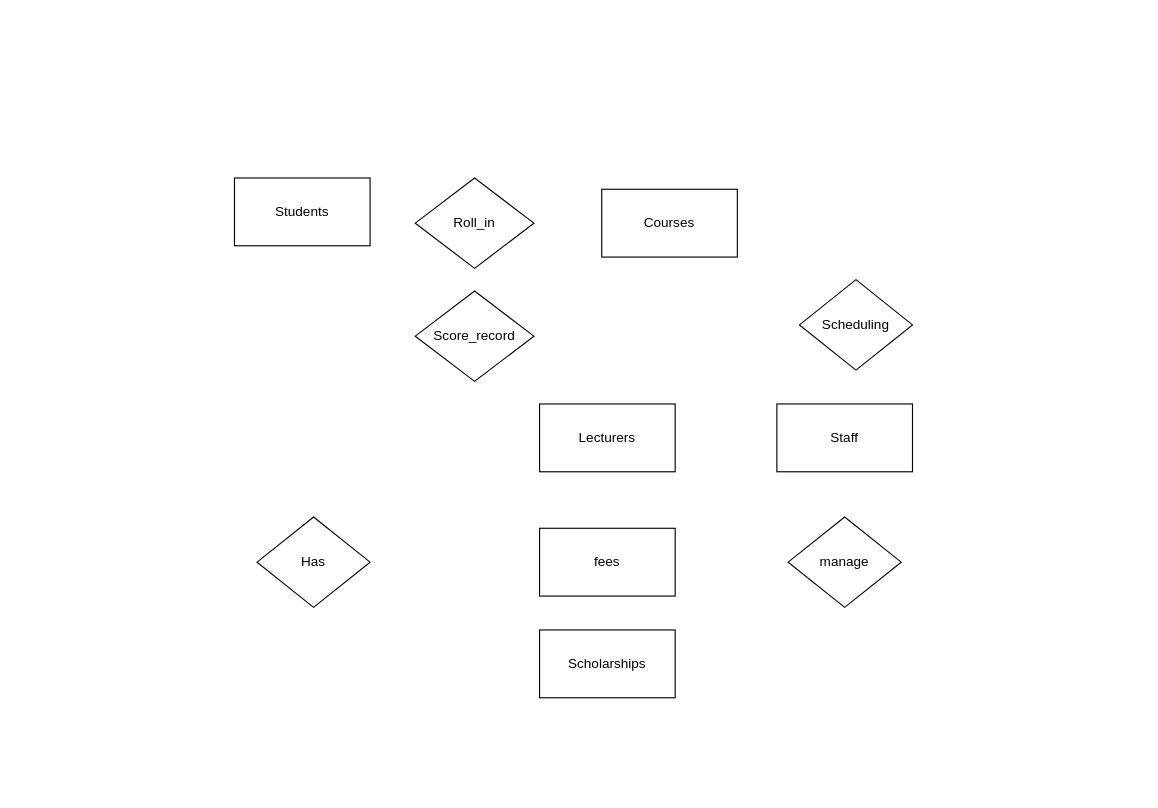
Before: src/EDR.drawio in larycoder/Database_Project-students_mangement, a draw.io diagram. Source tidied: cells renumbered, new cells numbered last; positions are measured from the earlier drawing's top-left corner, leaving out a move shared by most shapes. Both pictures are drawn from the tidied source at 113%, with x=0, y=0 at pixel (234, 177).
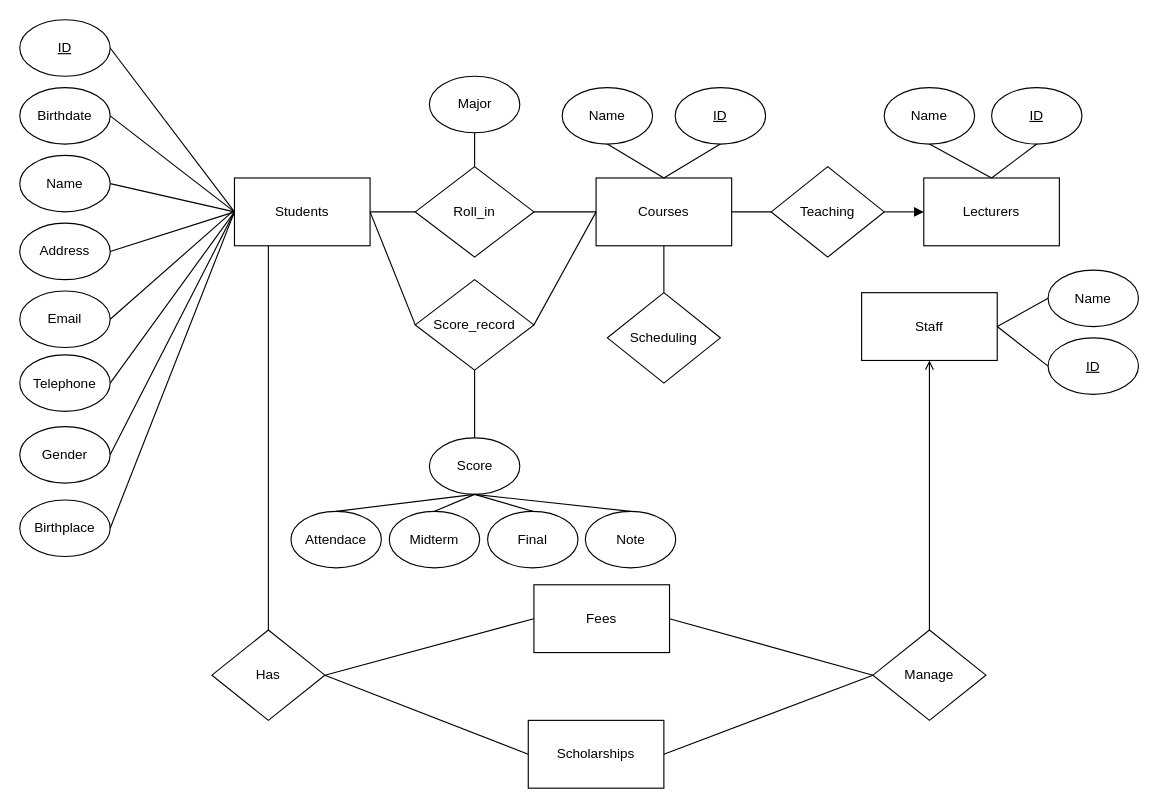
After the change.

Commit message (it also covers changes not shown here):
add relation for ERD

Unchanged cells that the change refers to:
```xml
<mxCell id="2" value="Students" style="rounded=0;whiteSpace=wrap;html=1;" parent="1" vertex="1">
  <mxGeometry width="120" height="60" as="geometry" />
</mxCell>
```

Diff of the diagram source:
```diff
@@
     <mxCell id="3" value="Courses" style="rounded=0;whiteSpace=wrap;html=1;" parent="1" vertex="1">
-      <mxGeometry x="325" y="10" width="120" height="60" as="geometry" />
+      <mxGeometry x="320" width="120" height="60" as="geometry" />
     </mxCell>
     <mxCell id="4" value="Score_record" style="rhombus;whiteSpace=wrap;html=1;" parent="1" vertex="1">
-      <mxGeometry x="160" y="100" width="105" height="80" as="geometry" />
+      <mxGeometry x="160" y="90" width="105" height="80" as="geometry" />
     </mxCell>
     <mxCell id="5" value="Roll_in" style="rhombus;whiteSpace=wrap;html=1;" parent="1" vertex="1">
-      <mxGeometry x="160" width="105" height="80" as="geometry" />
+      <mxGeometry x="160" y="-10" width="105" height="80" as="geometry" />
     </mxCell>
     <mxCell id="6" value="Lecturers" style="rounded=0;whiteSpace=wrap;html=1;" parent="1" vertex="1">
-      <mxGeometry x="270" y="200" width="120" height="60" as="geometry" />
+      <mxGeometry x="610" width="120" height="60" as="geometry" />
     </mxCell>
     <mxCell id="7" value="Staff" style="rounded=0;whiteSpace=wrap;html=1;" parent="1" vertex="1">
-      <mxGeometry x="480" y="200" width="120" height="60" as="geometry" />
+      <mxGeometry x="555" y="101.5" width="120" height="60" as="geometry" />
     </mxCell>
     <mxCell id="8" value="Scheduling" style="rhombus;whiteSpace=wrap;html=1;" parent="1" vertex="1">
-      <mxGeometry x="500" y="90" width="100" height="80" as="geometry" />
+      <mxGeometry x="330" y="101.5" width="100" height="80" as="geometry" />
     </mxCell>
-    <mxCell id="9" value="fees" style="rounded=0;whiteSpace=wrap;html=1;" parent="1" vertex="1">
-      <mxGeometry x="270" y="310" width="120" height="60" as="geometry" />
+    <mxCell id="9" value="Fees" style="rounded=0;whiteSpace=wrap;html=1;" parent="1" vertex="1">
+      <mxGeometry x="265" y="360" width="120" height="60" as="geometry" />
     </mxCell>
     <mxCell id="10" value="Has" style="rhombus;whiteSpace=wrap;html=1;" parent="1" vertex="1">
-      <mxGeometry x="20" y="300" width="100" height="80" as="geometry" />
+      <mxGeometry x="-20" y="400" width="100" height="80" as="geometry" />
     </mxCell>
-    <mxCell id="11" value="manage" style="rhombus;whiteSpace=wrap;html=1;" parent="1" vertex="1">
-      <mxGeometry x="490" y="300" width="100" height="80" as="geometry" />
+    <mxCell id="11" value="Manage" style="rhombus;whiteSpace=wrap;html=1;" parent="1" vertex="1">
+      <mxGeometry x="565" y="400" width="100" height="80" as="geometry" />
     </mxCell>
     <mxCell id="12" value="&lt;div&gt;Scholarships&lt;/div&gt;" style="rounded=0;whiteSpace=wrap;html=1;" parent="1" vertex="1">
-      <mxGeometry x="270" y="400" width="120" height="60" as="geometry" />
+      <mxGeometry x="260" y="480" width="120" height="60" as="geometry" />
     </mxCell>
+    <mxCell id="13" value="&lt;u&gt;ID&lt;/u&gt;" style="ellipse;whiteSpace=wrap;html=1;gradientColor=none;" parent="1" vertex="1">
+      <mxGeometry x="-190" y="-140" width="80" height="50" as="geometry" />
+    </mxCell>
+    <mxCell id="14" value="Name" style="ellipse;whiteSpace=wrap;html=1;gradientColor=none;" parent="1" vertex="1">
+      <mxGeometry x="-190" y="-20" width="80" height="50" as="geometry" />
+    </mxCell>
+    <mxCell id="15" value="Birthdate" style="ellipse;whiteSpace=wrap;html=1;gradientColor=none;" parent="1" vertex="1">
+      <mxGeometry x="-190" y="-80" width="80" height="50" as="geometry" />
+    </mxCell>
+    <mxCell id="16" value="Gender" style="ellipse;whiteSpace=wrap;html=1;gradientColor=none;" parent="1" vertex="1">
+      <mxGeometry x="-190" y="220" width="80" height="50" as="geometry" />
+    </mxCell>
+    <mxCell id="17" value="Birthplace" style="ellipse;whiteSpace=wrap;html=1;gradientColor=none;" parent="1" vertex="1">
+      <mxGeometry x="-190" y="285" width="80" height="50" as="geometry" />
+    </mxCell>
+    <mxCell id="18" value="Address" style="ellipse;whiteSpace=wrap;html=1;gradientColor=none;" parent="1" vertex="1">
+      <mxGeometry x="-190" y="40" width="80" height="50" as="geometry" />
+    </mxCell>
+    <mxCell id="19" value="Telephone" style="ellipse;whiteSpace=wrap;html=1;gradientColor=none;" parent="1" vertex="1">
+      <mxGeometry x="-190" y="156.5" width="80" height="50" as="geometry" />
+    </mxCell>
+    <mxCell id="20" value="&lt;div&gt;Email&lt;/div&gt;" style="ellipse;whiteSpace=wrap;html=1;gradientColor=none;" parent="1" vertex="1">
+      <mxGeometry x="-190" y="100" width="80" height="50" as="geometry" />
+    </mxCell>
+    <mxCell id="21" style="endArrow=none;html=1;exitX=1;exitY=0.5;exitDx=0;exitDy=0;entryX=0;entryY=0.5;entryDx=0;entryDy=0;" parent="1" edge="1" source="13" target="2">
+      <mxGeometry relative="1" as="geometry" />
+    </mxCell>
+    <mxCell id="22" style="endArrow=none;html=1;exitX=1;exitY=0.5;exitDx=0;exitDy=0;" parent="1" edge="1" source="15">
+      <mxGeometry relative="1" as="geometry">
+        <mxPoint y="30" as="targetPoint" />
+      </mxGeometry>
+    </mxCell>
+    <mxCell id="23" style="endArrow=none;html=1;exitX=1;exitY=0.5;exitDx=0;exitDy=0;" parent="1" edge="1" source="14">
+      <mxGeometry relative="1" as="geometry">
+        <mxPoint y="30" as="targetPoint" />
+      </mxGeometry>
+    </mxCell>
+    <mxCell id="24" style="endArrow=none;html=1;exitX=1;exitY=0.5;exitDx=0;exitDy=0;" parent="1" edge="1" source="18">
+      <mxGeometry relative="1" as="geometry">
+        <mxPoint y="30" as="targetPoint" />
+      </mxGeometry>
+    </mxCell>
+    <mxCell id="25" style="endArrow=none;html=1;exitX=1;exitY=0.5;exitDx=0;exitDy=0;" parent="1" edge="1" source="20">
+      <mxGeometry relative="1" as="geometry">
+        <mxPoint x="-2" y="30" as="targetPoint" />
+      </mxGeometry>
+    </mxCell>
+    <mxCell id="26" style="endArrow=none;html=1;exitX=1;exitY=0.5;exitDx=0;exitDy=0;entryX=0;entryY=0.5;entryDx=0;entryDy=0;" parent="1" edge="1" source="19" target="2">
+      <mxGeometry relative="1" as="geometry" />
+    </mxCell>
+    <mxCell id="27" style="endArrow=none;html=1;exitX=1;exitY=0.5;exitDx=0;exitDy=0;entryX=0;entryY=0.5;entryDx=0;entryDy=0;" parent="1" edge="1" source="16" target="2">
+      <mxGeometry relative="1" as="geometry" />
+    </mxCell>
+    <mxCell id="28" style="endArrow=none;html=1;exitX=1;exitY=0.5;exitDx=0;exitDy=0;entryX=0;entryY=0.5;entryDx=0;entryDy=0;" parent="1" edge="1" source="17" target="2">
+      <mxGeometry relative="1" as="geometry" />
+    </mxCell>
+    <mxCell id="29" style="endArrow=none;html=1;exitX=1;exitY=0.5;exitDx=0;exitDy=0;entryX=0;entryY=0.5;entryDx=0;entryDy=0;" parent="1" edge="1" source="2" target="5">
+      <mxGeometry relative="1" as="geometry" />
+    </mxCell>
+    <mxCell id="30" style="endArrow=none;html=1;entryX=0;entryY=0.5;entryDx=0;entryDy=0;exitX=1;exitY=0.5;exitDx=0;exitDy=0;" parent="1" edge="1" source="5" target="3">
+      <mxGeometry relative="1" as="geometry" />
+    </mxCell>
+    <mxCell id="31" value="Score" style="ellipse;whiteSpace=wrap;html=1;gradientColor=none;" parent="1" vertex="1">
+      <mxGeometry x="172.5" y="230" width="80" height="50" as="geometry" />
+    </mxCell>
+    <mxCell id="32" style="endArrow=none;html=1;entryX=0.5;entryY=0;entryDx=0;entryDy=0;exitX=0.5;exitY=1;exitDx=0;exitDy=0;" parent="1" edge="1" source="4" target="31">
+      <mxGeometry relative="1" as="geometry" />
+    </mxCell>
+    <mxCell id="33" style="endArrow=none;html=1;entryX=1;entryY=0.5;entryDx=0;entryDy=0;exitX=0;exitY=0.5;exitDx=0;exitDy=0;" parent="1" edge="1" source="3" target="4">
+      <mxGeometry relative="1" as="geometry" />
+    </mxCell>
+    <mxCell id="34" style="endArrow=none;html=1;entryX=1;entryY=0.5;entryDx=0;entryDy=0;exitX=0;exitY=0.5;exitDx=0;exitDy=0;" parent="1" edge="1" source="4" target="2">
+      <mxGeometry relative="1" as="geometry" />
+    </mxCell>
+    <mxCell id="35" value="Name" style="ellipse;whiteSpace=wrap;html=1;gradientColor=none;" parent="1" vertex="1">
+      <mxGeometry x="290" y="-80" width="80" height="50" as="geometry" />
+    </mxCell>
+    <mxCell id="36" value="&lt;u&gt;ID&lt;/u&gt;" style="ellipse;whiteSpace=wrap;html=1;gradientColor=none;" parent="1" vertex="1">
+      <mxGeometry x="390" y="-80" width="80" height="50" as="geometry" />
+    </mxCell>
+    <mxCell id="37" value="Major" style="ellipse;whiteSpace=wrap;html=1;gradientColor=none;" parent="1" vertex="1">
+      <mxGeometry x="172.5" y="-90" width="80" height="50" as="geometry" />
+    </mxCell>
+    <mxCell id="38" style="endArrow=none;html=1;entryX=0.5;entryY=0;entryDx=0;entryDy=0;exitX=0.5;exitY=1;exitDx=0;exitDy=0;" parent="1" edge="1" source="37" target="5">
+      <mxGeometry relative="1" as="geometry" />
+    </mxCell>
+    <mxCell id="39" value="Attendace" style="ellipse;whiteSpace=wrap;html=1;gradientColor=none;" parent="1" vertex="1">
+      <mxGeometry x="50" y="295" width="80" height="50" as="geometry" />
+    </mxCell>
+    <mxCell id="40" value="Midterm" style="ellipse;whiteSpace=wrap;html=1;gradientColor=none;" parent="1" vertex="1">
+      <mxGeometry x="137" y="295" width="80" height="50" as="geometry" />
+    </mxCell>
+    <mxCell id="41" value="Final" style="ellipse;whiteSpace=wrap;html=1;gradientColor=none;" parent="1" vertex="1">
+      <mxGeometry x="224" y="295" width="80" height="50" as="geometry" />
+    </mxCell>
+    <mxCell id="42" value="Note" style="ellipse;whiteSpace=wrap;html=1;gradientColor=none;" parent="1" vertex="1">
+      <mxGeometry x="310.5" y="295" width="80" height="50" as="geometry" />
+    </mxCell>
+    <mxCell id="43" style="endArrow=none;html=1;entryX=0.5;entryY=1;entryDx=0;entryDy=0;exitX=0.5;exitY=0;exitDx=0;exitDy=0;" parent="1" edge="1" source="39" target="31">
+      <mxGeometry relative="1" as="geometry" />
+    </mxCell>
+    <mxCell id="44" style="endArrow=none;html=1;entryX=0.5;entryY=1;entryDx=0;entryDy=0;exitX=0.5;exitY=0;exitDx=0;exitDy=0;" parent="1" edge="1" source="40" target="31">
+      <mxGeometry relative="1" as="geometry" />
+    </mxCell>
+    <mxCell id="45" style="endArrow=none;html=1;exitX=0.5;exitY=0;exitDx=0;exitDy=0;entryX=0.5;entryY=1;entryDx=0;entryDy=0;" parent="1" edge="1" source="41" target="31">
+      <mxGeometry relative="1" as="geometry" />
+    </mxCell>
+    <mxCell id="46" style="endArrow=none;html=1;entryX=0.5;entryY=1;entryDx=0;entryDy=0;exitX=0.5;exitY=0;exitDx=0;exitDy=0;" parent="1" edge="1" source="42" target="31">
+      <mxGeometry relative="1" as="geometry" />
+    </mxCell>
+    <mxCell id="47" style="endArrow=none;html=1;entryX=0.5;entryY=0;entryDx=0;entryDy=0;exitX=0.5;exitY=1;exitDx=0;exitDy=0;" parent="1" edge="1" source="35" target="3">
+      <mxGeometry relative="1" as="geometry" />
+    </mxCell>
+    <mxCell id="48" style="endArrow=none;html=1;entryX=0.5;entryY=0;entryDx=0;entryDy=0;exitX=0.5;exitY=1;exitDx=0;exitDy=0;" parent="1" edge="1" source="36" target="3">
+      <mxGeometry relative="1" as="geometry" />
+    </mxCell>
+    <mxCell id="49" style="endArrow=none;html=1;entryX=0.25;entryY=1;entryDx=0;entryDy=0;exitX=0.5;exitY=0;exitDx=0;exitDy=0;startArrow=none;startFill=0;endFill=0;" parent="1" edge="1" source="10" target="2">
+      <mxGeometry relative="1" as="geometry" />
+    </mxCell>
+    <mxCell id="50" style="endArrow=none;html=1;entryX=0;entryY=0.5;entryDx=0;entryDy=0;exitX=1;exitY=0.5;exitDx=0;exitDy=0;" parent="1" edge="1" source="10" target="12">
+      <mxGeometry relative="1" as="geometry" />
+    </mxCell>
+    <mxCell id="51" style="endArrow=none;html=1;entryX=1;entryY=0.5;entryDx=0;entryDy=0;exitX=0;exitY=0.5;exitDx=0;exitDy=0;" parent="1" edge="1" source="9" target="10">
+      <mxGeometry relative="1" as="geometry" />
+    </mxCell>
+    <mxCell id="52" value="Teaching" style="rhombus;whiteSpace=wrap;html=1;" parent="1" vertex="1">
+      <mxGeometry x="475" y="-10" width="100" height="80" as="geometry" />
+    </mxCell>
+    <mxCell id="53" style="endArrow=none;html=1;entryX=0;entryY=0.5;entryDx=0;entryDy=0;exitX=1;exitY=0.5;exitDx=0;exitDy=0;startArrow=none;startFill=0;" parent="1" edge="1" source="3" target="52">
+      <mxGeometry relative="1" as="geometry" />
+    </mxCell>
+    <mxCell id="54" style="endArrow=block;html=1;entryX=0;entryY=0.5;entryDx=0;entryDy=0;exitX=1;exitY=0.5;exitDx=0;exitDy=0;endFill=1;" parent="1" edge="1" source="52" target="6">
+      <mxGeometry relative="1" as="geometry" />
+    </mxCell>
+    <mxCell id="55" value="Name" style="ellipse;whiteSpace=wrap;html=1;gradientColor=none;" parent="1" vertex="1">
+      <mxGeometry x="575" y="-80" width="80" height="50" as="geometry" />
+    </mxCell>
+    <mxCell id="56" value="&lt;u&gt;ID&lt;/u&gt;" style="ellipse;whiteSpace=wrap;html=1;gradientColor=none;" parent="1" vertex="1">
+      <mxGeometry x="670" y="-80" width="80" height="50" as="geometry" />
+    </mxCell>
+    <mxCell id="57" style="endArrow=none;html=1;entryX=0.5;entryY=0;entryDx=0;entryDy=0;exitX=0.5;exitY=1;exitDx=0;exitDy=0;" parent="1" edge="1" source="56" target="6">
+      <mxGeometry relative="1" as="geometry" />
+    </mxCell>
+    <mxCell id="58" style="endArrow=none;html=1;entryX=0.5;entryY=0;entryDx=0;entryDy=0;exitX=0.5;exitY=1;exitDx=0;exitDy=0;" parent="1" edge="1" source="55" target="6">
+      <mxGeometry relative="1" as="geometry" />
+    </mxCell>
+    <mxCell id="59" style="endArrow=open;html=1;entryX=0.5;entryY=1;entryDx=0;entryDy=0;exitX=0.5;exitY=0;exitDx=0;exitDy=0;endFill=0;" parent="1" edge="1" source="11" target="7">
+      <mxGeometry relative="1" as="geometry" />
+    </mxCell>
+    <mxCell id="60" style="endArrow=none;html=1;entryX=1;entryY=0.5;entryDx=0;entryDy=0;exitX=0;exitY=0.5;exitDx=0;exitDy=0;" parent="1" edge="1" source="11" target="9">
+      <mxGeometry relative="1" as="geometry" />
+    </mxCell>
+    <mxCell id="61" style="endArrow=none;html=1;entryX=1;entryY=0.5;entryDx=0;entryDy=0;exitX=0;exitY=0.5;exitDx=0;exitDy=0;" parent="1" edge="1" source="11" target="12">
+      <mxGeometry relative="1" as="geometry" />
+    </mxCell>
+    <mxCell id="62" style="endArrow=none;html=1;entryX=0.5;entryY=0;entryDx=0;entryDy=0;exitX=0.5;exitY=1;exitDx=0;exitDy=0;" parent="1" edge="1" source="3" target="8">
+      <mxGeometry relative="1" as="geometry" />
+    </mxCell>
+    <mxCell id="63" value="Name" style="ellipse;whiteSpace=wrap;html=1;gradientColor=none;" parent="1" vertex="1">
+      <mxGeometry x="720" y="81.5" width="80" height="50" as="geometry" />
+    </mxCell>
+    <mxCell id="64" value="&lt;u&gt;ID&lt;/u&gt;" style="ellipse;whiteSpace=wrap;html=1;gradientColor=none;" parent="1" vertex="1">
+      <mxGeometry x="720" y="141.5" width="80" height="50" as="geometry" />
+    </mxCell>
+    <mxCell id="65" style="endArrow=none;html=1;entryX=1;entryY=0.5;entryDx=0;entryDy=0;exitX=0;exitY=0.5;exitDx=0;exitDy=0;" parent="1" edge="1" source="63" target="7">
+      <mxGeometry relative="1" as="geometry" />
+    </mxCell>
+    <mxCell id="66" style="endArrow=none;html=1;entryX=1;entryY=0.5;entryDx=0;entryDy=0;exitX=0;exitY=0.5;exitDx=0;exitDy=0;" parent="1" edge="1" source="64" target="7">
+      <mxGeometry relative="1" as="geometry" />
+    </mxCell>
```
